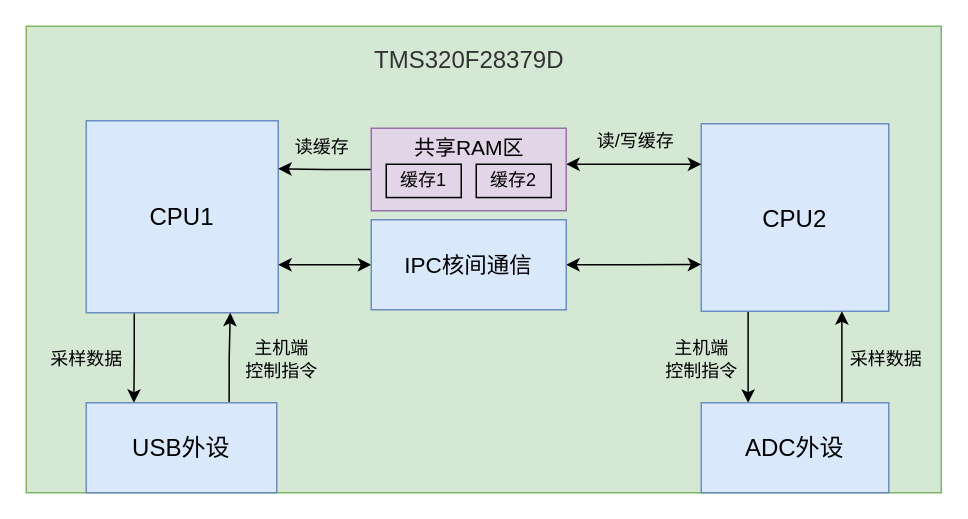
fuxinsen/test keeps this draw.io diagram as page "DSP程序内部逻辑" (2 of 3) of Untitled Diagram.drawio. Above is the earlier version. Source tidied: cells renumbered, new cells numbered last; positions are measured from the earlier drawing's top-left corner, leaving out a move shared by most shapes. Both pictures are drawn from the tidied source at 150%, with x=0, y=0 at pixel (26, 26).
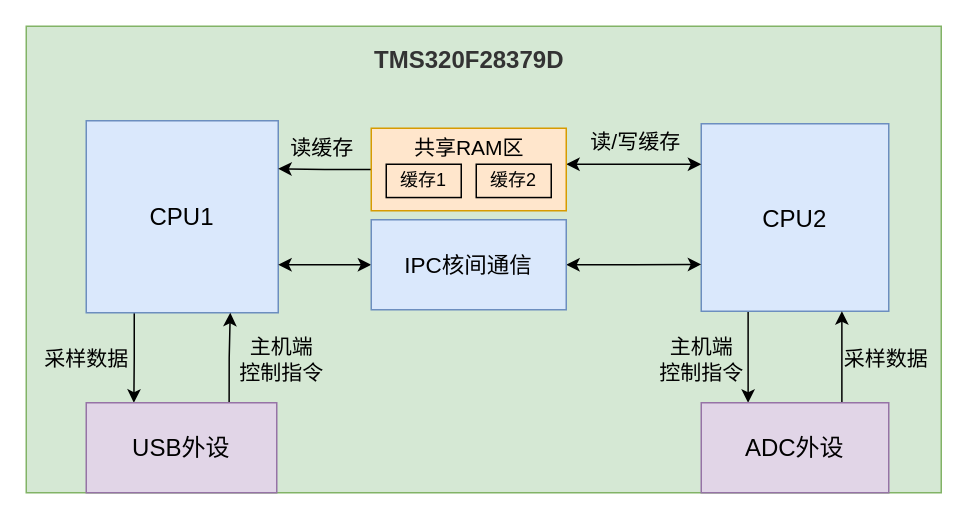
The same diagram, later.

Change to the diagram source:
```diff
@@
-    <mxCell id="7" value="TMS320F28379D" style="text;html=1;align=center;verticalAlign=middle;fontSize=16;fontColor=#333333;" parent="1" vertex="1">
+    <mxCell id="7" value="TMS320F28379D" style="text;html=1;align=center;verticalAlign=middle;fontSize=16;fontColor=#333333;fontStyle=1;" parent="1" vertex="1">
       <mxGeometry x="225" y="12" width="140" height="20" as="geometry" />
     </mxCell>
@@
-    <mxCell id="10" style="rounded=0;whiteSpace=wrap;html=1;glass=0;sketch=0;fillColor=#e1d5e7;fontSize=16;strokeColor=#9673a6;" parent="1" vertex="1">
+    <mxCell id="10" style="rounded=0;whiteSpace=wrap;html=1;glass=0;sketch=0;fillColor=#ffe6cc;fontSize=16;strokeColor=#d79b00;" parent="1" vertex="1">
       <mxGeometry x="230" y="68" width="130" height="55" as="geometry" />
     </mxCell>
@@
-    <mxCell id="15" value="USB外设" style="rounded=0;whiteSpace=wrap;html=1;glass=0;sketch=0;fillColor=#dae8fc;fontSize=16;strokeColor=#6c8ebf;" parent="1" vertex="1">
+    <mxCell id="15" value="USB外设" style="rounded=0;whiteSpace=wrap;html=1;glass=0;sketch=0;fillColor=#e1d5e7;fontSize=16;strokeColor=#9673a6;" parent="1" vertex="1">
       <mxGeometry x="40" y="251" width="127" height="60" as="geometry" />
     </mxCell>
@@
-    <mxCell id="17" value="ADC外设" style="rounded=0;whiteSpace=wrap;html=1;glass=0;sketch=0;fillColor=#dae8fc;fontSize=16;strokeColor=#6c8ebf;" parent="1" vertex="1">
+    <mxCell id="17" value="ADC外设" style="rounded=0;whiteSpace=wrap;html=1;glass=0;sketch=0;fillColor=#e1d5e7;fontSize=16;strokeColor=#9673a6;" parent="1" vertex="1">
       <mxGeometry x="450" y="251" width="125" height="60" as="geometry" />
     </mxCell>
-    <mxCell id="18" value="读/写缓存" style="text;html=1;align=center;verticalAlign=middle;fontSize=12;dashed=1;" parent="1" vertex="1">
-      <mxGeometry x="371" y="67" width="70" height="20" as="geometry" />
+    <mxCell id="18" value="读/写缓存" style="text;html=1;align=center;verticalAlign=middle;fontSize=14;dashed=1;" parent="1" vertex="1">
+      <mxGeometry x="366" y="67" width="80" height="20" as="geometry" />
     </mxCell>
-    <mxCell id="19" value="读缓存" style="text;html=1;align=center;verticalAlign=middle;fontSize=12;dashed=1;" parent="1" vertex="1">
-      <mxGeometry x="172" y="71" width="50" height="20" as="geometry" />
+    <mxCell id="19" value="读缓存" style="text;html=1;align=center;verticalAlign=middle;fontSize=14;dashed=1;" parent="1" vertex="1">
+      <mxGeometry x="167" y="71" width="60" height="20" as="geometry" />
     </mxCell>
-    <mxCell id="20" value="主机端&lt;br&gt;控制指令" style="text;html=1;align=center;verticalAlign=middle;fontSize=12;" parent="1" vertex="1">
-      <mxGeometry x="140" y="207" width="60" height="30" as="geometry" />
+    <mxCell id="20" value="主机端&lt;br style=&quot;font-size: 14px;&quot;&gt;控制指令" style="text;html=1;align=center;verticalAlign=middle;fontSize=14;" parent="1" vertex="1">
+      <mxGeometry x="135" y="202" width="70" height="40" as="geometry" />
     </mxCell>
-    <mxCell id="21" value="采样数据" style="text;html=1;align=center;verticalAlign=middle;fontSize=12;" parent="1" vertex="1">
-      <mxGeometry x="10" y="212" width="60" height="20" as="geometry" />
+    <mxCell id="21" value="采样数据" style="text;html=1;align=center;verticalAlign=middle;fontSize=14;" parent="1" vertex="1">
+      <mxGeometry x="5" y="212" width="70" height="20" as="geometry" />
     </mxCell>
-    <mxCell id="22" value="主机端&lt;br&gt;控制指令" style="text;html=1;align=center;verticalAlign=middle;fontSize=12;" parent="1" vertex="1">
-      <mxGeometry x="420" y="207" width="60" height="30" as="geometry" />
+    <mxCell id="22" value="主机端&lt;br style=&quot;font-size: 14px;&quot;&gt;控制指令" style="text;html=1;align=center;verticalAlign=middle;fontSize=14;" parent="1" vertex="1">
+      <mxGeometry x="415" y="202" width="70" height="40" as="geometry" />
     </mxCell>
-    <mxCell id="23" value="采样数据" style="text;html=1;align=center;verticalAlign=middle;fontSize=12;" parent="1" vertex="1">
-      <mxGeometry x="543" y="212" width="60" height="20" as="geometry" />
+    <mxCell id="23" value="采样数据" style="text;html=1;align=center;verticalAlign=middle;fontSize=14;" parent="1" vertex="1">
+      <mxGeometry x="538" y="212" width="70" height="20" as="geometry" />
     </mxCell>
```
